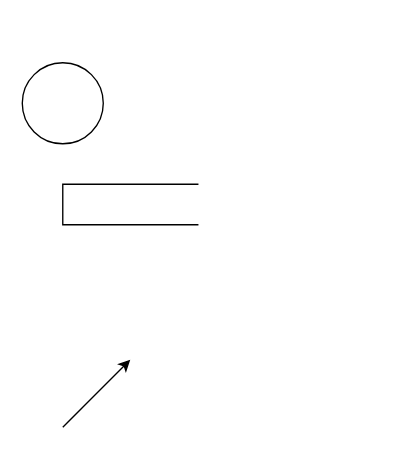
The draw.io diagram module_2/DFD.drawio in SheinEA/gb_architect, before the edit. Source tidied: cells renumbered, new cells numbered last; positions are measured from the earlier drawing's top-left corner, leaving out a move shared by most shapes. Both pictures are drawn from the tidied source at 135%, with x=0, y=0 at pixel (22, 62).
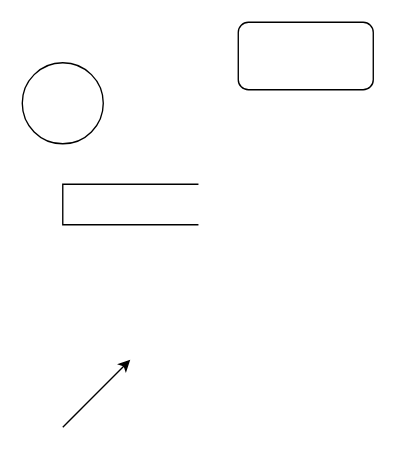
Above is the later version.

Change to the diagram source:
```diff
@@
 <mxGraphModel>
   <root>
     <mxCell id="0" />
     <mxCell id="1" parent="0" />
     <mxCell id="2" style="shape=ellipse;html=1;dashed=0;whitespace=wrap;perimeter=ellipsePerimeter;" parent="1" vertex="1">
       <mxGeometry width="60" height="60" as="geometry" />
     </mxCell>
     <mxCell id="3" style="html=1;dashed=0;whitespace=wrap;shape=partialRectangle;right=0;" parent="1" vertex="1">
       <mxGeometry x="30" y="90" width="100" height="30" as="geometry" />
     </mxCell>
     <mxCell id="4" style="endArrow=classic;html=1;" parent="1" edge="1">
       <mxGeometry relative="1" as="geometry">
         <mxPoint x="30" y="270" as="sourcePoint" />
         <mxPoint x="80" y="220" as="targetPoint" />
       </mxGeometry>
     </mxCell>
+    <mxCell id="5" style="html=1;dashed=0;whitespace=wrap;rounded=1;" parent="1" vertex="1">
+      <mxGeometry x="160" y="-30" width="100" height="50" as="geometry" />
+    </mxCell>
   </root>
 </mxGraphModel>
```
